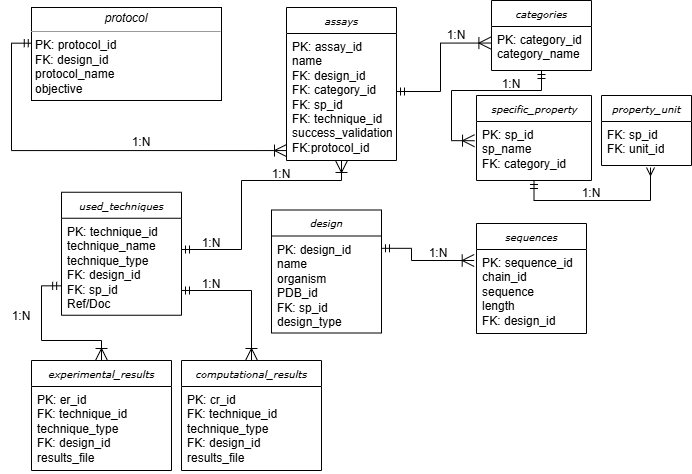
This is schema-db.drawio.png from klopesb/Projeto_23_Towards-a-public-repository-of-designed-proteins, a draw.io export, as it was before one commit. Source tidied: cells renumbered, new cells last; positions are measured from the earlier drawing's top-left corner, leaving out a move shared by most shapes.
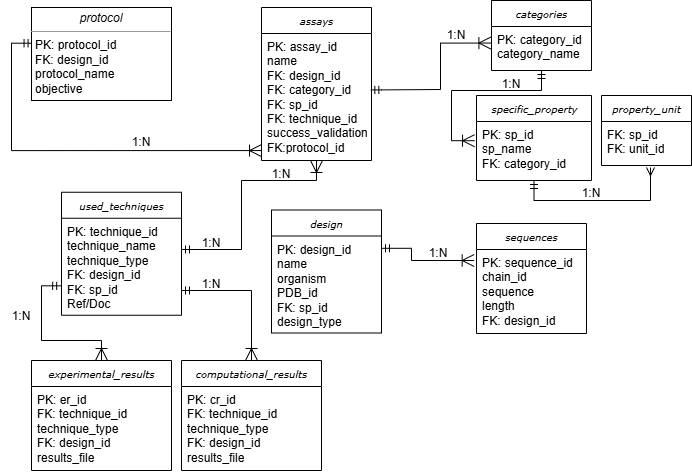
After the change.

Change to the diagram source:
```diff
@@ -17,7 +17,7 @@
       </mxGeometry>
     </mxCell>
     <mxCell id="5" value="&lt;p style=&quot;margin:0px;margin-top:4px;text-align:center;&quot;&gt;&lt;i&gt;p&lt;/i&gt;&lt;i style=&quot;background-color: transparent; color: light-dark(rgb(0, 0, 0), rgb(255, 255, 255));&quot;&gt;rotocol&lt;/i&gt;&lt;/p&gt;&lt;hr size=&quot;1&quot;&gt;&lt;p style=&quot;margin:0px;margin-left:4px;&quot;&gt;PK: protocol_id&lt;br&gt;FK: design_id&lt;/p&gt;&lt;p style=&quot;margin:0px;margin-left:4px;&quot;&gt;protocol_name&amp;nbsp;&lt;/p&gt;&lt;p style=&quot;margin:0px;margin-left:4px;&quot;&gt;objective&lt;/p&gt;&lt;p style=&quot;margin:0px;margin-left:4px;&quot;&gt;&lt;br&gt;&lt;/p&gt;" style="verticalAlign=top;align=left;overflow=fill;fontSize=12;fontFamily=Helvetica;html=1;rounded=0;shadow=0;comic=0;labelBackgroundColor=none;strokeWidth=1;" parent="1" vertex="1">
-      <mxGeometry x="30" y="7" width="190" height="93" as="geometry" />
+      <mxGeometry x="30" y="7" width="140" height="93" as="geometry" />
     </mxCell>
     <mxCell id="6" value="&lt;i&gt;specific_property&lt;/i&gt;" style="swimlane;html=1;fontStyle=0;horizontal=1;startSize=26;swimlaneFillColor=#ffffff;rounded=0;shadow=0;comic=0;labelBackgroundColor=none;strokeWidth=1;fontFamily=Verdana;fontSize=10;align=center;" parent="1" vertex="1">
       <mxGeometry x="475" y="95" width="115" height="85" as="geometry" />
@@ -56,7 +56,7 @@
       <mxGeometry y="26" width="110" height="84" as="geometry" />
     </mxCell>
     <mxCell id="18" value="&lt;i&gt;assays&lt;/i&gt;" style="swimlane;html=1;fontStyle=0;horizontal=1;startSize=26;swimlaneFillColor=#ffffff;rounded=0;shadow=0;comic=0;labelBackgroundColor=none;strokeWidth=1;fontFamily=Verdana;fontSize=10;align=center;" parent="1" vertex="1">
-      <mxGeometry x="285" y="7" width="110" height="153" as="geometry" />
+      <mxGeometry x="260" y="7" width="110" height="153" as="geometry" />
     </mxCell>
     <mxCell id="19" value="PK: assay_id&lt;div&gt;name&lt;/div&gt;&lt;div&gt;FK: design_id&lt;/div&gt;&lt;div&gt;FK: category_id&lt;/div&gt;&lt;div&gt;FK: sp_id&lt;/div&gt;&lt;div&gt;FK: technique_id&lt;/div&gt;&lt;div&gt;success_validation&lt;/div&gt;&lt;div&gt;FK:protocol_id&lt;/div&gt;&lt;div&gt;&lt;br&gt;&lt;/div&gt;&lt;div&gt;&amp;nbsp;&lt;/div&gt;&lt;div&gt;&lt;br&gt;&lt;/div&gt;" style="text;html=1;align=left;verticalAlign=top;spacingLeft=4;spacingRight=4;whiteSpace=wrap;overflow=hidden;points=[[0,0.5],[1,0.5]];portConstraint=eastwest;" parent="18" vertex="1">
       <mxGeometry y="26" width="110" height="124" as="geometry" />
@@ -67,12 +67,12 @@
     <mxCell id="21" value="PK: technique_id&lt;div&gt;technique_name&lt;/div&gt;&lt;div&gt;technique_type&lt;/div&gt;&lt;div&gt;FK: design_id&lt;/div&gt;&lt;div&gt;FK: sp_id&lt;/div&gt;&lt;div&gt;Ref/Doc&lt;/div&gt;&lt;div&gt;&lt;br&gt;&lt;/div&gt;&lt;div&gt;&amp;nbsp;&lt;/div&gt;&lt;div&gt;&lt;br&gt;&lt;/div&gt;" style="text;html=1;align=left;verticalAlign=top;spacingLeft=4;spacingRight=4;whiteSpace=wrap;overflow=hidden;points=[[0,0.5],[1,0.5]];portConstraint=eastwest;" parent="20" vertex="1">
       <mxGeometry y="26" width="120" height="94" as="geometry" />
     </mxCell>
-    <mxCell id="22" style="edgeStyle=orthogonalEdgeStyle;rounded=0;html=1;labelBackgroundColor=none;startFill=0;endArrow=ERoneToMany;endFill=0;endSize=10;fontFamily=Verdana;fontSize=10;startArrow=ERmandOne;entryX=0.004;entryY=0.308;entryDx=0;entryDy=0;entryPerimeter=0;" parent="1" edge="1">
+    <mxCell id="22" style="edgeStyle=orthogonalEdgeStyle;rounded=0;html=1;labelBackgroundColor=none;startFill=0;endArrow=ERoneToMany;endFill=0;endSize=10;fontFamily=Verdana;fontSize=10;startArrow=ERmandOne;entryX=0.004;entryY=0.308;entryDx=0;entryDy=0;entryPerimeter=0;exitX=0.994;exitY=0.455;exitDx=0;exitDy=0;exitPerimeter=0;" parent="1" edge="1" source="19">
       <mxGeometry relative="1" as="geometry">
-        <mxPoint x="395" y="91" as="sourcePoint" />
         <mxPoint x="489.4" y="42.6" as="targetPoint" />
         <Array as="points">
-          <mxPoint x="439" y="91" />
+          <mxPoint x="380" y="89" />
+          <mxPoint x="439" y="89" />
           <mxPoint x="439" y="43" />
         </Array>
       </mxGeometry>
@@ -110,7 +110,7 @@
         <Array as="points">
           <mxPoint x="240" y="249" />
           <mxPoint x="240" y="180" />
-          <mxPoint x="340" y="180" />
+          <mxPoint x="315" y="180" />
         </Array>
       </mxGeometry>
     </mxCell>
```
